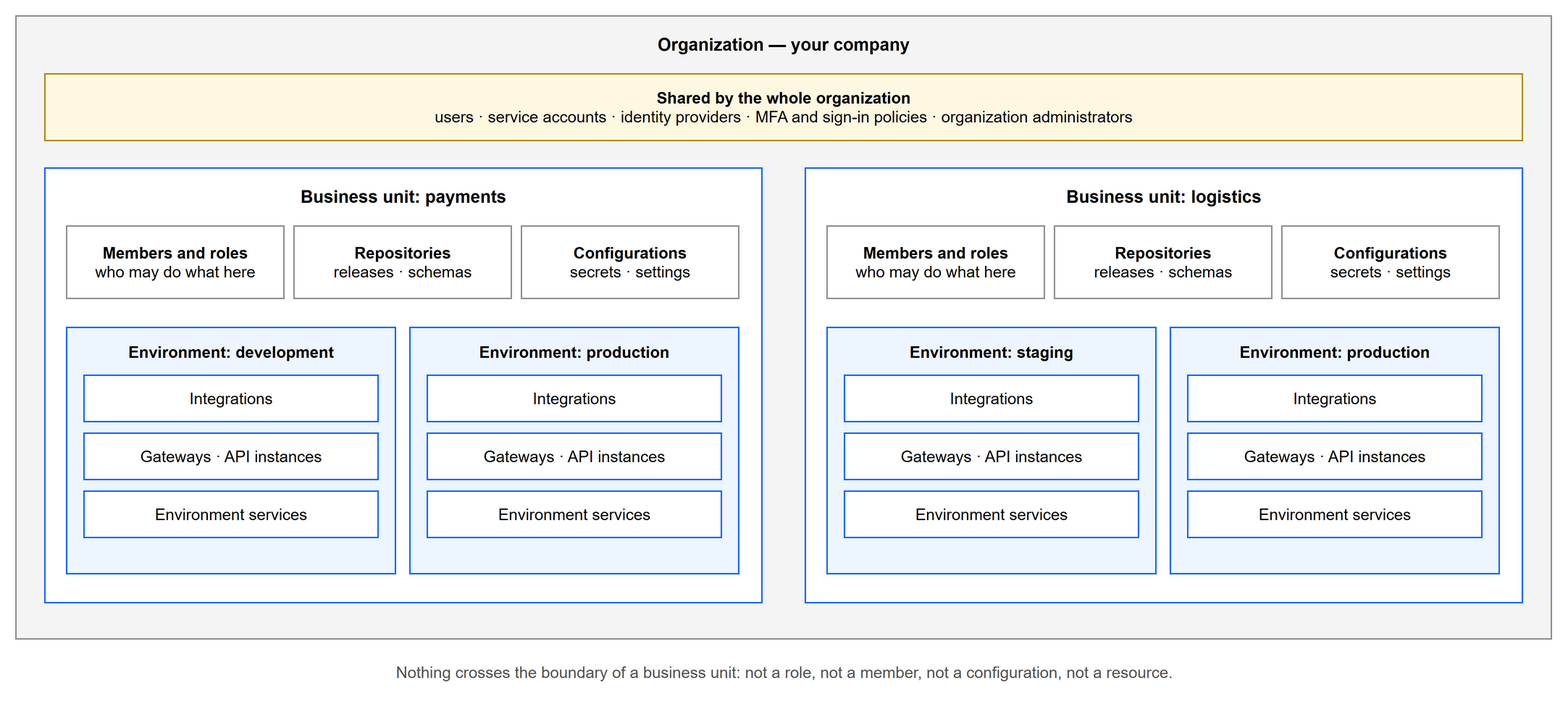
cml-x/docs keeps this draw.io diagram as static/img/access/organization-business-units.drawio.png. Above is the earlier version. Source tidied: cells renumbered, new cells last; positions are measured from the earlier drawing's top-left corner, leaving out a move shared by most shapes.
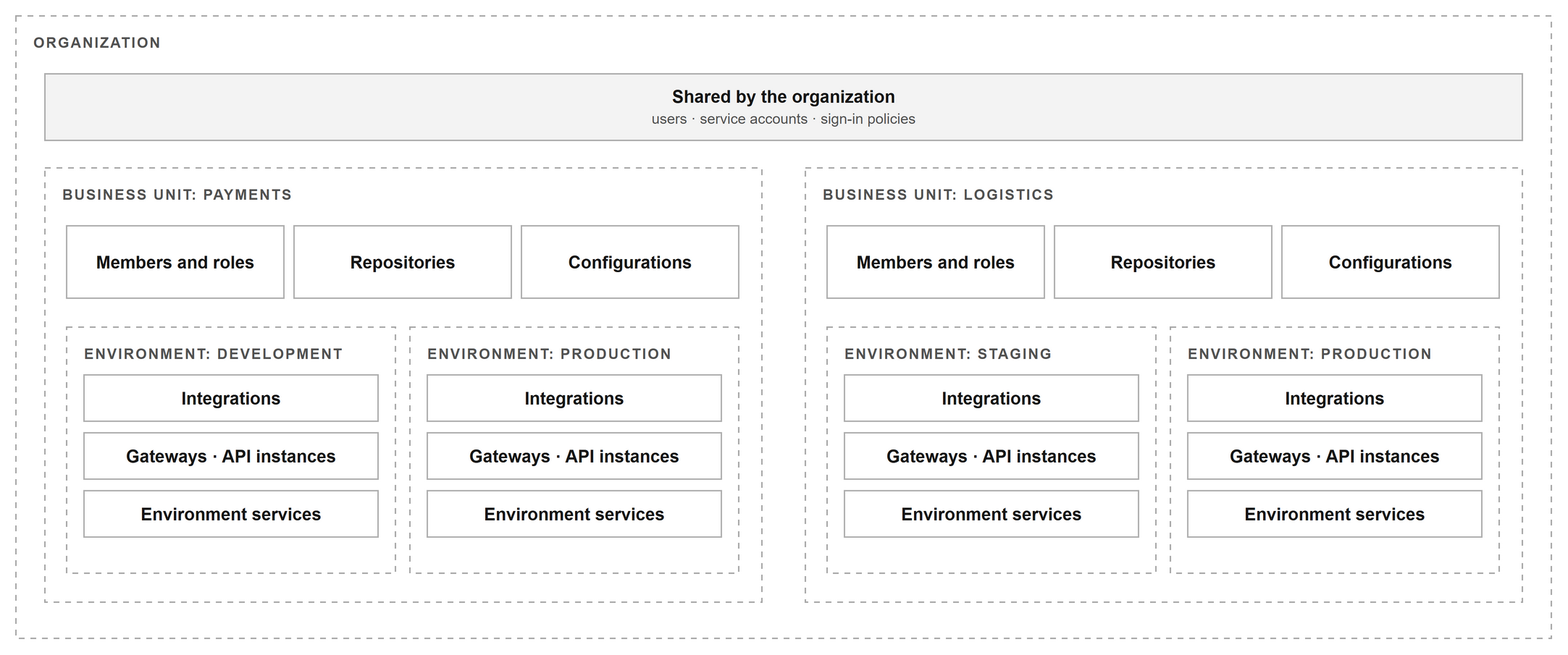
After the commit.

Change to the diagram source:
```diff
@@ -1,87 +1,84 @@
-<mxGraphModel>
+<mxGraphModel background="#FFFFFF">
   <root>
     <mxCell id="0" />
     <mxCell id="1" parent="0" />
-    <mxCell id="2" value="Organization — your company" style="rounded=0;whiteSpace=wrap;html=1;fillColor=#f4f4f4;strokeColor=#8d8d8d;verticalAlign=top;fontSize=12;fontStyle=1;spacingTop=6;" parent="1" vertex="1">
+    <mxCell id="2" value="&lt;span style=&quot;font-size:10px;color:#525252;letter-spacing:1px&quot;&gt;&lt;b&gt;ORGANIZATION&lt;/b&gt;&lt;/span&gt;" style="rounded=0;whiteSpace=wrap;html=1;strokeWidth=1;fontColor=#161616;fontSize=12;fillColor=none;strokeColor=#A8A8A8;dashed=1;dashPattern=4 4;verticalAlign=top;align=left;spacingLeft=10;spacingTop=4;" parent="1" vertex="1">
       <mxGeometry width="1060" height="430" as="geometry" />
     </mxCell>
-    <mxCell id="3" value="&lt;b&gt;Shared by the whole organization&lt;/b&gt;&lt;br&gt;users · service accounts · identity providers · MFA and sign-in policies · organization administrators" style="rounded=0;whiteSpace=wrap;html=1;fillColor=#fff8e1;strokeColor=#b28600;fontSize=11;" parent="1" vertex="1">
+    <mxCell id="3" value="&lt;b&gt;Shared by the organization&lt;/b&gt;&lt;br&gt;&lt;span style=&quot;font-size:10px;color:#525252&quot;&gt;users · service accounts · sign-in policies&lt;/span&gt;" style="rounded=0;whiteSpace=wrap;html=1;strokeWidth=1;fontColor=#161616;fontSize=12;fillColor=#161616;fillOpacity=5;strokeColor=#8D8D8D;strokeOpacity=70;" parent="1" vertex="1">
       <mxGeometry x="20" y="40" width="1020" height="46" as="geometry" />
     </mxCell>
-    <mxCell id="4" value="Business unit: payments" style="rounded=0;whiteSpace=wrap;html=1;fillColor=#ffffff;strokeColor=#0f62fe;verticalAlign=top;fontSize=12;fontStyle=1;spacingTop=6;" parent="1" vertex="1">
+    <mxCell id="4" value="&lt;span style=&quot;font-size:10px;color:#525252;letter-spacing:1px&quot;&gt;&lt;b&gt;BUSINESS UNIT: PAYMENTS&lt;/b&gt;&lt;/span&gt;" style="rounded=0;whiteSpace=wrap;html=1;strokeWidth=1;fontColor=#161616;fontSize=12;fillColor=none;strokeColor=#A8A8A8;dashed=1;dashPattern=4 4;verticalAlign=top;align=left;spacingLeft=10;spacingTop=4;" parent="1" vertex="1">
       <mxGeometry x="20" y="105" width="495" height="300" as="geometry" />
     </mxCell>
-    <mxCell id="5" value="&lt;b&gt;Members and roles&lt;/b&gt;&lt;br&gt;who may do what here" style="rounded=0;whiteSpace=wrap;html=1;fillColor=#ffffff;strokeColor=#8d8d8d;fontSize=11;" parent="1" vertex="1">
+    <mxCell id="5" value="&lt;b&gt;Members and roles&lt;/b&gt;" style="rounded=0;whiteSpace=wrap;html=1;strokeWidth=1;fontColor=#161616;fontSize=12;fillColor=none;strokeColor=#8D8D8D;strokeOpacity=70;" parent="1" vertex="1">
       <mxGeometry x="35" y="145" width="150" height="50" as="geometry" />
     </mxCell>
-    <mxCell id="6" value="&lt;b&gt;Repositories&lt;/b&gt;&lt;br&gt;releases · schemas" style="rounded=0;whiteSpace=wrap;html=1;fillColor=#ffffff;strokeColor=#8d8d8d;fontSize=11;" parent="1" vertex="1">
+    <mxCell id="6" value="&lt;b&gt;Repositories&lt;/b&gt;" style="rounded=0;whiteSpace=wrap;html=1;strokeWidth=1;fontColor=#161616;fontSize=12;fillColor=none;strokeColor=#8D8D8D;strokeOpacity=70;" parent="1" vertex="1">
       <mxGeometry x="192" y="145" width="150" height="50" as="geometry" />
     </mxCell>
-    <mxCell id="7" value="&lt;b&gt;Configurations&lt;/b&gt;&lt;br&gt;secrets · settings" style="rounded=0;whiteSpace=wrap;html=1;fillColor=#ffffff;strokeColor=#8d8d8d;fontSize=11;" parent="1" vertex="1">
+    <mxCell id="7" value="&lt;b&gt;Configurations&lt;/b&gt;" style="rounded=0;whiteSpace=wrap;html=1;strokeWidth=1;fontColor=#161616;fontSize=12;fillColor=none;strokeColor=#8D8D8D;strokeOpacity=70;" parent="1" vertex="1">
       <mxGeometry x="349" y="145" width="150" height="50" as="geometry" />
     </mxCell>
-    <mxCell id="8" value="Environment: development" style="rounded=0;whiteSpace=wrap;html=1;fillColor=#edf5ff;strokeColor=#0f62fe;verticalAlign=top;fontSize=11;fontStyle=1;spacingTop=4;" parent="1" vertex="1">
+    <mxCell id="8" value="&lt;span style=&quot;font-size:10px;color:#525252;letter-spacing:1px&quot;&gt;&lt;b&gt;ENVIRONMENT: DEVELOPMENT&lt;/b&gt;&lt;/span&gt;" style="rounded=0;whiteSpace=wrap;html=1;strokeWidth=1;fontColor=#161616;fontSize=12;fillColor=none;strokeColor=#A8A8A8;dashed=1;dashPattern=4 4;verticalAlign=top;align=left;spacingLeft=10;spacingTop=4;" parent="1" vertex="1">
       <mxGeometry x="35" y="215" width="227" height="170" as="geometry" />
     </mxCell>
-    <mxCell id="9" value="Integrations" style="rounded=0;whiteSpace=wrap;html=1;fillColor=#ffffff;strokeColor=#0f62fe;fontSize=11;" parent="1" vertex="1">
+    <mxCell id="9" value="&lt;b&gt;Integrations&lt;/b&gt;" style="rounded=0;whiteSpace=wrap;html=1;strokeWidth=1;fontColor=#161616;fontSize=12;fillColor=none;strokeColor=#8D8D8D;strokeOpacity=70;" parent="1" vertex="1">
       <mxGeometry x="47" y="248" width="203" height="32" as="geometry" />
     </mxCell>
-    <mxCell id="10" value="Gateways · API instances" style="rounded=0;whiteSpace=wrap;html=1;fillColor=#ffffff;strokeColor=#0f62fe;fontSize=11;" parent="1" vertex="1">
+    <mxCell id="10" value="&lt;b&gt;Gateways · API instances&lt;/b&gt;" style="rounded=0;whiteSpace=wrap;html=1;strokeWidth=1;fontColor=#161616;fontSize=12;fillColor=none;strokeColor=#8D8D8D;strokeOpacity=70;" parent="1" vertex="1">
       <mxGeometry x="47" y="288" width="203" height="32" as="geometry" />
     </mxCell>
-    <mxCell id="11" value="Environment services" style="rounded=0;whiteSpace=wrap;html=1;fillColor=#ffffff;strokeColor=#0f62fe;fontSize=11;" parent="1" vertex="1">
+    <mxCell id="11" value="&lt;b&gt;Environment services&lt;/b&gt;" style="rounded=0;whiteSpace=wrap;html=1;strokeWidth=1;fontColor=#161616;fontSize=12;fillColor=none;strokeColor=#8D8D8D;strokeOpacity=70;" parent="1" vertex="1">
       <mxGeometry x="47" y="328" width="203" height="32" as="geometry" />
     </mxCell>
-    <mxCell id="12" value="Environment: production" style="rounded=0;whiteSpace=wrap;html=1;fillColor=#edf5ff;strokeColor=#0f62fe;verticalAlign=top;fontSize=11;fontStyle=1;spacingTop=4;" parent="1" vertex="1">
+    <mxCell id="12" value="&lt;span style=&quot;font-size:10px;color:#525252;letter-spacing:1px&quot;&gt;&lt;b&gt;ENVIRONMENT: PRODUCTION&lt;/b&gt;&lt;/span&gt;" style="rounded=0;whiteSpace=wrap;html=1;strokeWidth=1;fontColor=#161616;fontSize=12;fillColor=none;strokeColor=#A8A8A8;dashed=1;dashPattern=4 4;verticalAlign=top;align=left;spacingLeft=10;spacingTop=4;" parent="1" vertex="1">
       <mxGeometry x="272" y="215" width="227" height="170" as="geometry" />
     </mxCell>
-    <mxCell id="13" value="Integrations" style="rounded=0;whiteSpace=wrap;html=1;fillColor=#ffffff;strokeColor=#0f62fe;fontSize=11;" parent="1" vertex="1">
+    <mxCell id="13" value="&lt;b&gt;Integrations&lt;/b&gt;" style="rounded=0;whiteSpace=wrap;html=1;strokeWidth=1;fontColor=#161616;fontSize=12;fillColor=none;strokeColor=#8D8D8D;strokeOpacity=70;" parent="1" vertex="1">
       <mxGeometry x="284" y="248" width="203" height="32" as="geometry" />
     </mxCell>
-    <mxCell id="14" value="Gateways · API instances" style="rounded=0;whiteSpace=wrap;html=1;fillColor=#ffffff;strokeColor=#0f62fe;fontSize=11;" parent="1" vertex="1">
+    <mxCell id="14" value="&lt;b&gt;Gateways · API instances&lt;/b&gt;" style="rounded=0;whiteSpace=wrap;html=1;strokeWidth=1;fontColor=#161616;fontSize=12;fillColor=none;strokeColor=#8D8D8D;strokeOpacity=70;" parent="1" vertex="1">
       <mxGeometry x="284" y="288" width="203" height="32" as="geometry" />
     </mxCell>
-    <mxCell id="15" value="Environment services" style="rounded=0;whiteSpace=wrap;html=1;fillColor=#ffffff;strokeColor=#0f62fe;fontSize=11;" parent="1" vertex="1">
+    <mxCell id="15" value="&lt;b&gt;Environment services&lt;/b&gt;" style="rounded=0;whiteSpace=wrap;html=1;strokeWidth=1;fontColor=#161616;fontSize=12;fillColor=none;strokeColor=#8D8D8D;strokeOpacity=70;" parent="1" vertex="1">
       <mxGeometry x="284" y="328" width="203" height="32" as="geometry" />
     </mxCell>
-    <mxCell id="16" value="Business unit: logistics" style="rounded=0;whiteSpace=wrap;html=1;fillColor=#ffffff;strokeColor=#0f62fe;verticalAlign=top;fontSize=12;fontStyle=1;spacingTop=6;" parent="1" vertex="1">
+    <mxCell id="16" value="&lt;span style=&quot;font-size:10px;color:#525252;letter-spacing:1px&quot;&gt;&lt;b&gt;BUSINESS UNIT: LOGISTICS&lt;/b&gt;&lt;/span&gt;" style="rounded=0;whiteSpace=wrap;html=1;strokeWidth=1;fontColor=#161616;fontSize=12;fillColor=none;strokeColor=#A8A8A8;dashed=1;dashPattern=4 4;verticalAlign=top;align=left;spacingLeft=10;spacingTop=4;" parent="1" vertex="1">
       <mxGeometry x="545" y="105" width="495" height="300" as="geometry" />
     </mxCell>
-    <mxCell id="17" value="&lt;b&gt;Members and roles&lt;/b&gt;&lt;br&gt;who may do what here" style="rounded=0;whiteSpace=wrap;html=1;fillColor=#ffffff;strokeColor=#8d8d8d;fontSize=11;" parent="1" vertex="1">
+    <mxCell id="17" value="&lt;b&gt;Members and roles&lt;/b&gt;" style="rounded=0;whiteSpace=wrap;html=1;strokeWidth=1;fontColor=#161616;fontSize=12;fillColor=none;strokeColor=#8D8D8D;strokeOpacity=70;" parent="1" vertex="1">
       <mxGeometry x="560" y="145" width="150" height="50" as="geometry" />
     </mxCell>
-    <mxCell id="18" value="&lt;b&gt;Repositories&lt;/b&gt;&lt;br&gt;releases · schemas" style="rounded=0;whiteSpace=wrap;html=1;fillColor=#ffffff;strokeColor=#8d8d8d;fontSize=11;" parent="1" vertex="1">
+    <mxCell id="18" value="&lt;b&gt;Repositories&lt;/b&gt;" style="rounded=0;whiteSpace=wrap;html=1;strokeWidth=1;fontColor=#161616;fontSize=12;fillColor=none;strokeColor=#8D8D8D;strokeOpacity=70;" parent="1" vertex="1">
       <mxGeometry x="717" y="145" width="150" height="50" as="geometry" />
     </mxCell>
-    <mxCell id="19" value="&lt;b&gt;Configurations&lt;/b&gt;&lt;br&gt;secrets · settings" style="rounded=0;whiteSpace=wrap;html=1;fillColor=#ffffff;strokeColor=#8d8d8d;fontSize=11;" parent="1" vertex="1">
+    <mxCell id="19" value="&lt;b&gt;Configurations&lt;/b&gt;" style="rounded=0;whiteSpace=wrap;html=1;strokeWidth=1;fontColor=#161616;fontSize=12;fillColor=none;strokeColor=#8D8D8D;strokeOpacity=70;" parent="1" vertex="1">
       <mxGeometry x="874" y="145" width="150" height="50" as="geometry" />
     </mxCell>
-    <mxCell id="20" value="Environment: staging" style="rounded=0;whiteSpace=wrap;html=1;fillColor=#edf5ff;strokeColor=#0f62fe;verticalAlign=top;fontSize=11;fontStyle=1;spacingTop=4;" parent="1" vertex="1">
+    <mxCell id="20" value="&lt;span style=&quot;font-size:10px;color:#525252;letter-spacing:1px&quot;&gt;&lt;b&gt;ENVIRONMENT: STAGING&lt;/b&gt;&lt;/span&gt;" style="rounded=0;whiteSpace=wrap;html=1;strokeWidth=1;fontColor=#161616;fontSize=12;fillColor=none;strokeColor=#A8A8A8;dashed=1;dashPattern=4 4;verticalAlign=top;align=left;spacingLeft=10;spacingTop=4;" parent="1" vertex="1">
       <mxGeometry x="560" y="215" width="227" height="170" as="geometry" />
     </mxCell>
-    <mxCell id="21" value="Integrations" style="rounded=0;whiteSpace=wrap;html=1;fillColor=#ffffff;strokeColor=#0f62fe;fontSize=11;" parent="1" vertex="1">
+    <mxCell id="21" value="&lt;b&gt;Integrations&lt;/b&gt;" style="rounded=0;whiteSpace=wrap;html=1;strokeWidth=1;fontColor=#161616;fontSize=12;fillColor=none;strokeColor=#8D8D8D;strokeOpacity=70;" parent="1" vertex="1">
       <mxGeometry x="572" y="248" width="203" height="32" as="geometry" />
     </mxCell>
-    <mxCell id="22" value="Gateways · API instances" style="rounded=0;whiteSpace=wrap;html=1;fillColor=#ffffff;strokeColor=#0f62fe;fontSize=11;" parent="1" vertex="1">
+    <mxCell id="22" value="&lt;b&gt;Gateways · API instances&lt;/b&gt;" style="rounded=0;whiteSpace=wrap;html=1;strokeWidth=1;fontColor=#161616;fontSize=12;fillColor=none;strokeColor=#8D8D8D;strokeOpacity=70;" parent="1" vertex="1">
       <mxGeometry x="572" y="288" width="203" height="32" as="geometry" />
     </mxCell>
-    <mxCell id="23" value="Environment services" style="rounded=0;whiteSpace=wrap;html=1;fillColor=#ffffff;strokeColor=#0f62fe;fontSize=11;" parent="1" vertex="1">
+    <mxCell id="23" value="&lt;b&gt;Environment services&lt;/b&gt;" style="rounded=0;whiteSpace=wrap;html=1;strokeWidth=1;fontColor=#161616;fontSize=12;fillColor=none;strokeColor=#8D8D8D;strokeOpacity=70;" parent="1" vertex="1">
       <mxGeometry x="572" y="328" width="203" height="32" as="geometry" />
     </mxCell>
-    <mxCell id="24" value="Environment: production" style="rounded=0;whiteSpace=wrap;html=1;fillColor=#edf5ff;strokeColor=#0f62fe;verticalAlign=top;fontSize=11;fontStyle=1;spacingTop=4;" parent="1" vertex="1">
+    <mxCell id="24" value="&lt;span style=&quot;font-size:10px;color:#525252;letter-spacing:1px&quot;&gt;&lt;b&gt;ENVIRONMENT: PRODUCTION&lt;/b&gt;&lt;/span&gt;" style="rounded=0;whiteSpace=wrap;html=1;strokeWidth=1;fontColor=#161616;fontSize=12;fillColor=none;strokeColor=#A8A8A8;dashed=1;dashPattern=4 4;verticalAlign=top;align=left;spacingLeft=10;spacingTop=4;" parent="1" vertex="1">
       <mxGeometry x="797" y="215" width="227" height="170" as="geometry" />
     </mxCell>
-    <mxCell id="25" value="Integrations" style="rounded=0;whiteSpace=wrap;html=1;fillColor=#ffffff;strokeColor=#0f62fe;fontSize=11;" parent="1" vertex="1">
+    <mxCell id="25" value="&lt;b&gt;Integrations&lt;/b&gt;" style="rounded=0;whiteSpace=wrap;html=1;strokeWidth=1;fontColor=#161616;fontSize=12;fillColor=none;strokeColor=#8D8D8D;strokeOpacity=70;" parent="1" vertex="1">
       <mxGeometry x="809" y="248" width="203" height="32" as="geometry" />
     </mxCell>
-    <mxCell id="26" value="Gateways · API instances" style="rounded=0;whiteSpace=wrap;html=1;fillColor=#ffffff;strokeColor=#0f62fe;fontSize=11;" parent="1" vertex="1">
+    <mxCell id="26" value="&lt;b&gt;Gateways · API instances&lt;/b&gt;" style="rounded=0;whiteSpace=wrap;html=1;strokeWidth=1;fontColor=#161616;fontSize=12;fillColor=none;strokeColor=#8D8D8D;strokeOpacity=70;" parent="1" vertex="1">
       <mxGeometry x="809" y="288" width="203" height="32" as="geometry" />
     </mxCell>
-    <mxCell id="27" value="Environment services" style="rounded=0;whiteSpace=wrap;html=1;fillColor=#ffffff;strokeColor=#0f62fe;fontSize=11;" parent="1" vertex="1">
+    <mxCell id="27" value="&lt;b&gt;Environment services&lt;/b&gt;" style="rounded=0;whiteSpace=wrap;html=1;strokeWidth=1;fontColor=#161616;fontSize=12;fillColor=none;strokeColor=#8D8D8D;strokeOpacity=70;" parent="1" vertex="1">
       <mxGeometry x="809" y="328" width="203" height="32" as="geometry" />
     </mxCell>
-    <mxCell id="28" value="Nothing crosses the boundary of a business unit: not a role, not a member, not a configuration, not a resource." style="text;html=1;align=center;verticalAlign=middle;fontSize=11;fontColor=#525252;" parent="1" vertex="1">
-      <mxGeometry y="440" width="1060" height="26" as="geometry" />
-    </mxCell>
   </root>
 </mxGraphModel>
```
